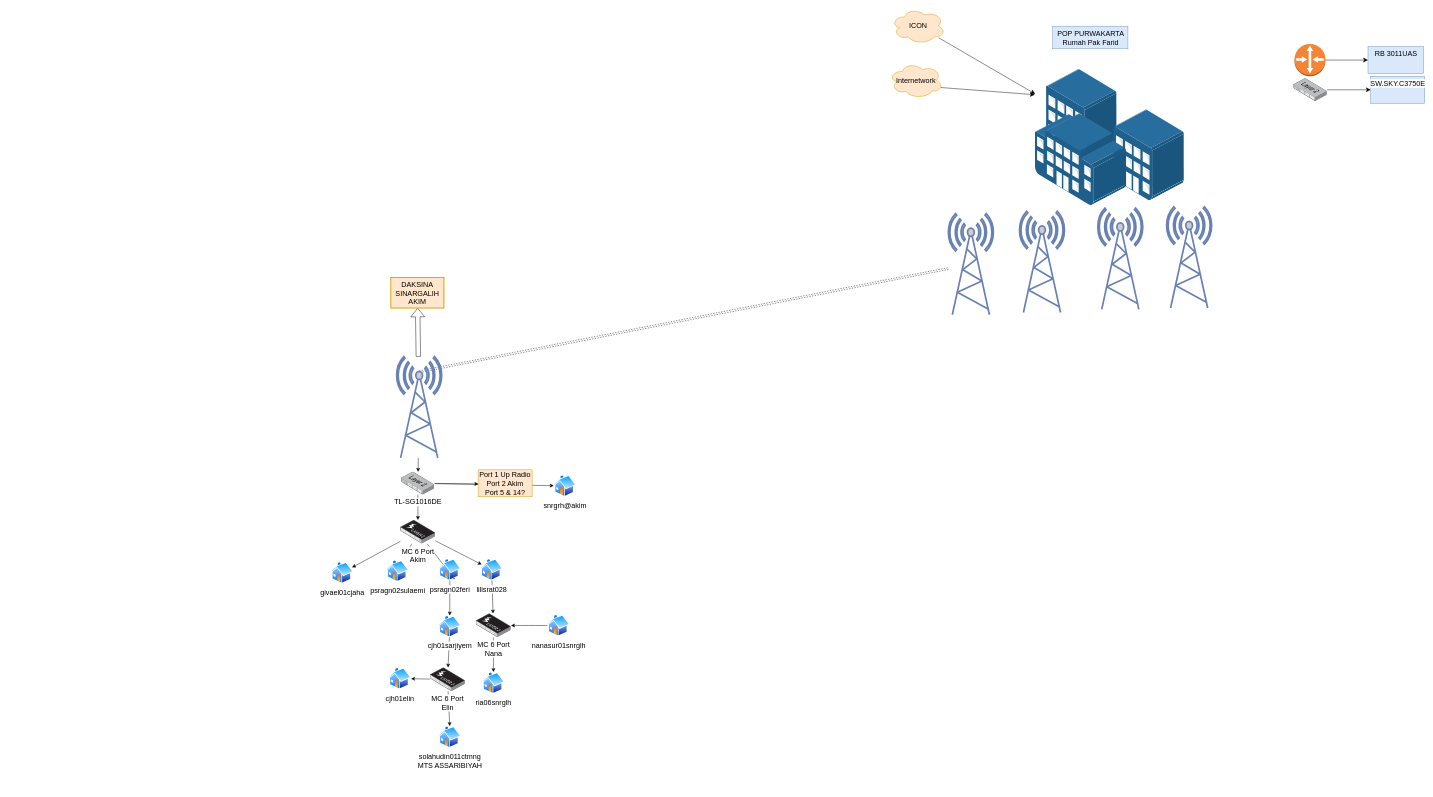
Earlier version of the draw.io diagram POP Purwakarta.drawio (akbar12109/akbar12109.github.io). Source tidied: cells renumbered, new cells numbered last; positions are measured from the earlier drawing's top-left corner, leaving out a move shared by most shapes. Both pictures are drawn from the tidied source at 45%, with x=0, y=0 at pixel (331, 8).
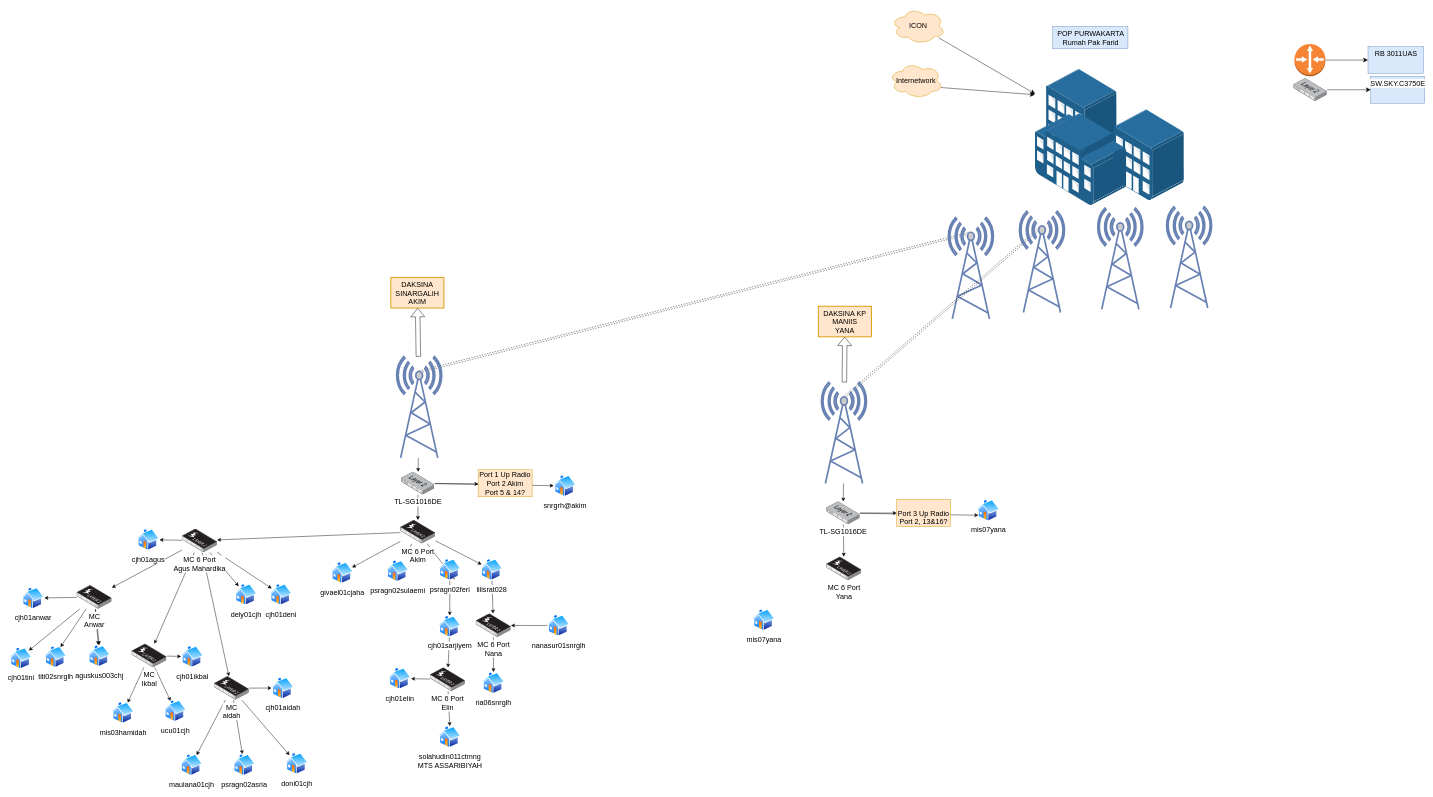
Above is the later version.

Unchanged cells that the change refers to:
```xml
<mxCell id="10" style="fontColor=#0066CC;verticalAlign=top;verticalLabelPosition=bottom;labelPosition=center;align=center;html=1;outlineConnect=0;fillColor=#CCCCCC;strokeColor=#6881B3;gradientColor=none;gradientDirection=north;strokeWidth=2;shape=mxgraph.networks.radio_tower;fontSize=16;" parent="1" vertex="1">
  <mxGeometry x="1530" y="452" width="100" height="225" as="geometry" />
</mxCell>
<mxCell id="21" style="fontColor=#0066CC;verticalAlign=top;verticalLabelPosition=bottom;labelPosition=center;align=center;html=1;outlineConnect=0;fillColor=#CCCCCC;strokeColor=#6881B3;gradientColor=none;gradientDirection=north;strokeWidth=2;shape=mxgraph.networks.radio_tower;fontSize=16;" parent="1" vertex="1">
  <mxGeometry x="146" y="775" width="100" height="225" as="geometry" />
</mxCell>
<mxCell id="33" value="&lt;div&gt;MC 6 Port&lt;/div&gt;&lt;div&gt;Akim&lt;br&gt;&lt;/div&gt;" style="points=[];html=1;align=center;shadow=0;dashed=0;image;image=img/lib/allied_telesis/switch/Switch_48_port_L2_POE.svg;fontSize=16;" parent="1" vertex="1">
  <mxGeometry x="154.2" y="1138" width="78" height="52.8" as="geometry" />
</mxCell>
```

The edit, as a diff of the source:
```diff
@@
-    <mxCell id="8" style="edgeStyle=none;jettySize=auto;html=1;entryX=0.5;entryY=0.15;entryDx=0;entryDy=0;entryPerimeter=0;fontSize=12;curved=1;dashed=1;shape=link;" parent="1" edge="1" source="9" target="21">
+    <mxCell id="8" style="edgeStyle=none;jettySize=auto;html=1;entryX=0.5;entryY=0.15;entryDx=0;entryDy=0;entryPerimeter=0;fontSize=12;curved=1;dashed=1;shape=link;exitX=0.5;exitY=0.15;exitDx=0;exitDy=0;exitPerimeter=0;" parent="1" edge="1" source="9" target="21">
       <mxGeometry relative="1" as="geometry" />
     </mxCell>
     <mxCell id="9" style="fontColor=#0066CC;verticalAlign=top;verticalLabelPosition=bottom;labelPosition=center;align=center;html=1;outlineConnect=0;fillColor=#CCCCCC;strokeColor=#6881B3;gradientColor=none;gradientDirection=north;strokeWidth=2;shape=mxgraph.networks.radio_tower;fontSize=16;" parent="1" vertex="1">
-      <mxGeometry x="1372" y="457" width="100" height="225" as="geometry" />
+      <mxGeometry x="1372" y="466" width="100" height="225" as="geometry" />
     </mxCell>
+    <mxCell id="52" style="edgeStyle=none;shape=link;curved=1;jettySize=auto;html=1;entryX=0.5;entryY=0.15;entryDx=0;entryDy=0;entryPerimeter=0;fontSize=12;dashed=1;exitX=0.5;exitY=0.15;exitDx=0;exitDy=0;exitPerimeter=0;" parent="1" edge="1" source="10" target="92">
+      <mxGeometry relative="1" as="geometry" />
+    </mxCell>
@@
+    <mxCell id="53" style="edgeStyle=none;curved=1;jettySize=auto;html=1;fontSize=12;" parent="1" edge="1" source="33" target="60">
+      <mxGeometry relative="1" as="geometry" />
+    </mxCell>
@@
+    <mxCell id="54" style="edgeStyle=none;curved=1;jettySize=auto;html=1;fontSize=12;" parent="1" edge="1" source="60" target="61">
+      <mxGeometry relative="1" as="geometry" />
+    </mxCell>
+    <mxCell id="55" style="edgeStyle=none;curved=1;jettySize=auto;html=1;fontSize=12;" parent="1" edge="1" source="60" target="71">
+      <mxGeometry relative="1" as="geometry" />
+    </mxCell>
+    <mxCell id="56" style="edgeStyle=none;curved=1;jettySize=auto;html=1;fontSize=12;" parent="1" edge="1" source="60" target="78">
+      <mxGeometry relative="1" as="geometry" />
+    </mxCell>
+    <mxCell id="57" style="edgeStyle=none;curved=1;jettySize=auto;html=1;fontSize=12;" parent="1" edge="1" source="60" target="64">
+      <mxGeometry relative="1" as="geometry" />
+    </mxCell>
+    <mxCell id="58" style="edgeStyle=none;curved=1;jettySize=auto;html=1;fontSize=12;" parent="1" edge="1" source="60" target="65">
+      <mxGeometry relative="1" as="geometry" />
+    </mxCell>
+    <mxCell id="59" style="edgeStyle=none;curved=1;jettySize=auto;html=1;fontSize=12;" parent="1" edge="1" source="60" target="86">
+      <mxGeometry relative="1" as="geometry" />
+    </mxCell>
+    <mxCell id="60" value="&lt;div&gt;MC 6 Port&lt;/div&gt;&lt;div&gt;Agus Mahardika&lt;br&gt;&lt;/div&gt;" style="points=[];html=1;align=center;shadow=0;dashed=0;image;image=img/lib/allied_telesis/switch/Switch_48_port_L2_POE.svg;fontSize=16;" parent="1" vertex="1">
+      <mxGeometry x="-331" y="1157.5" width="78" height="52.8" as="geometry" />
+    </mxCell>
+    <mxCell id="61" value="cjh01agus" style="perimeter=ellipsePerimeter;html=1;align=center;shadow=0;dashed=0;spacingTop=3;image;image=img/lib/active_directory/home.svg;fontSize=16;" parent="1" vertex="1">
+      <mxGeometry x="-431" y="1157.5" width="50" height="48.5" as="geometry" />
+    </mxCell>
+    <mxCell id="62" value="cjh01anwar" style="perimeter=ellipsePerimeter;html=1;align=center;shadow=0;dashed=0;spacingTop=3;image;image=img/lib/active_directory/home.svg;fontSize=16;" parent="1" vertex="1">
+      <mxGeometry x="-687" y="1287.3" width="50" height="48.5" as="geometry" />
+    </mxCell>
+    <mxCell id="63" value="cjh01aidah" style="perimeter=ellipsePerimeter;html=1;align=center;shadow=0;dashed=0;spacingTop=3;image;image=img/lib/active_directory/home.svg;fontSize=16;" parent="1" vertex="1">
+      <mxGeometry x="-132" y="1487.3" width="50" height="48.5" as="geometry" />
+    </mxCell>
+    <mxCell id="64" value="dely01cjh" style="perimeter=ellipsePerimeter;html=1;align=center;shadow=0;dashed=0;spacingTop=3;image;image=img/lib/active_directory/home.svg;fontSize=16;" parent="1" vertex="1">
+      <mxGeometry x="-214" y="1279.5" width="50" height="48.5" as="geometry" />
+    </mxCell>
+    <mxCell id="65" value="cjh01deni" style="perimeter=ellipsePerimeter;html=1;align=center;shadow=0;dashed=0;spacingTop=3;image;image=img/lib/active_directory/home.svg;fontSize=16;" parent="1" vertex="1">
+      <mxGeometry x="-136" y="1279.5" width="50" height="48.5" as="geometry" />
+    </mxCell>
+    <mxCell id="66" style="edgeStyle=none;curved=1;jettySize=auto;html=1;fontSize=12;" parent="1" edge="1" source="71" target="62">
+      <mxGeometry relative="1" as="geometry" />
+    </mxCell>
+    <mxCell id="67" style="edgeStyle=none;curved=1;jettySize=auto;html=1;entryX=1;entryY=0;entryDx=0;entryDy=0;fontSize=12;" parent="1" edge="1" source="71" target="72">
+      <mxGeometry relative="1" as="geometry" />
+    </mxCell>
+    <mxCell id="68" style="edgeStyle=none;curved=1;jettySize=auto;html=1;entryX=0.75;entryY=0;entryDx=0;entryDy=0;fontSize=12;" parent="1" edge="1" source="71" target="73">
+      <mxGeometry relative="1" as="geometry" />
+    </mxCell>
+    <mxCell id="69" style="edgeStyle=none;curved=1;jettySize=auto;html=1;entryX=0.5;entryY=0;entryDx=0;entryDy=0;fontSize=12;" parent="1" edge="1" source="71" target="74">
+      <mxGeometry relative="1" as="geometry" />
+    </mxCell>
+    <mxCell id="70" style="edgeStyle=none;curved=1;jettySize=auto;html=1;fontSize=12;" parent="1" edge="1" source="71" target="74">
+      <mxGeometry relative="1" as="geometry" />
+    </mxCell>
+    <mxCell id="71" value="&lt;div&gt;MC&lt;br&gt;&lt;/div&gt;&lt;div&gt;Anwar&lt;br&gt;&lt;/div&gt;" style="points=[];html=1;align=center;shadow=0;dashed=0;image;image=img/lib/allied_telesis/switch/Switch_48_port_L2_POE.svg;fontSize=16;" parent="1" vertex="1">
+      <mxGeometry x="-565" y="1283" width="78" height="52.8" as="geometry" />
+    </mxCell>
+    <mxCell id="72" value="&lt;div&gt;cjh01tini&lt;/div&gt;&lt;div&gt;&lt;br&gt;&lt;/div&gt;" style="perimeter=ellipsePerimeter;html=1;align=center;shadow=0;dashed=0;spacingTop=3;image;image=img/lib/active_directory/home.svg;fontSize=16;" parent="1" vertex="1">
+      <mxGeometry x="-714" y="1421" width="50" height="48.5" as="geometry" />
+    </mxCell>
+    <mxCell id="73" value="titi02snrglh" style="perimeter=ellipsePerimeter;html=1;align=center;shadow=0;dashed=0;spacingTop=3;image;image=img/lib/active_directory/home.svg;fontSize=16;" parent="1" vertex="1">
+      <mxGeometry x="-637" y="1418" width="50" height="48.5" as="geometry" />
+    </mxCell>
+    <mxCell id="74" value="aguskus003chj" style="perimeter=ellipsePerimeter;html=1;align=center;shadow=0;dashed=0;spacingTop=3;image;image=img/lib/active_directory/home.svg;fontSize=16;" parent="1" vertex="1">
+      <mxGeometry x="-540" y="1416" width="50" height="48.5" as="geometry" />
+    </mxCell>
+    <mxCell id="75" style="edgeStyle=none;curved=1;jettySize=auto;html=1;fontSize=12;" parent="1" edge="1" source="78" target="79">
+      <mxGeometry relative="1" as="geometry" />
+    </mxCell>
+    <mxCell id="76" style="edgeStyle=none;curved=1;jettySize=auto;html=1;fontSize=12;" parent="1" edge="1" source="78" target="80">
+      <mxGeometry relative="1" as="geometry" />
+    </mxCell>
+    <mxCell id="77" style="edgeStyle=none;curved=1;jettySize=auto;html=1;fontSize=12;" parent="1" edge="1" source="78" target="81">
+      <mxGeometry relative="1" as="geometry" />
+    </mxCell>
+    <mxCell id="78" value="&lt;div&gt;MC &lt;br&gt;&lt;/div&gt;&lt;div&gt;Ikbal&lt;br&gt;&lt;/div&gt;" style="points=[];html=1;align=center;shadow=0;dashed=0;image;image=img/lib/allied_telesis/switch/Switch_48_port_L2_POE.svg;fontSize=16;" parent="1" vertex="1">
+      <mxGeometry x="-443" y="1413.2" width="78" height="52.8" as="geometry" />
+    </mxCell>
+    <mxCell id="79" value="cjh01ikbal" style="perimeter=ellipsePerimeter;html=1;align=center;shadow=0;dashed=0;spacingTop=3;image;image=img/lib/active_directory/home.svg;fontSize=16;" parent="1" vertex="1">
+      <mxGeometry x="-333" y="1417.5" width="50" height="48.5" as="geometry" />
+    </mxCell>
+    <mxCell id="80" value="mis03hamidah" style="perimeter=ellipsePerimeter;html=1;align=center;shadow=0;dashed=0;spacingTop=3;image;image=img/lib/active_directory/home.svg;fontSize=16;" parent="1" vertex="1">
+      <mxGeometry x="-487" y="1542" width="50" height="48.5" as="geometry" />
+    </mxCell>
+    <mxCell id="81" value="ucu01cjh" style="perimeter=ellipsePerimeter;html=1;align=center;shadow=0;dashed=0;spacingTop=3;image;image=img/lib/active_directory/home.svg;fontSize=16;" parent="1" vertex="1">
+      <mxGeometry x="-371" y="1538" width="50" height="48.5" as="geometry" />
+    </mxCell>
+    <mxCell id="82" style="edgeStyle=none;curved=1;jettySize=auto;html=1;fontSize=12;" parent="1" edge="1" source="86" target="63">
+      <mxGeometry relative="1" as="geometry" />
+    </mxCell>
+    <mxCell id="83" style="edgeStyle=none;curved=1;jettySize=auto;html=1;fontSize=12;" parent="1" edge="1" source="86" target="87">
+      <mxGeometry relative="1" as="geometry" />
+    </mxCell>
+    <mxCell id="84" style="edgeStyle=none;curved=1;jettySize=auto;html=1;fontSize=12;" parent="1" edge="1" source="86" target="88">
+      <mxGeometry relative="1" as="geometry" />
+    </mxCell>
+    <mxCell id="85" style="edgeStyle=none;curved=1;jettySize=auto;html=1;fontSize=12;" parent="1" edge="1" source="86" target="89">
+      <mxGeometry relative="1" as="geometry" />
+    </mxCell>
+    <mxCell id="86" value="&lt;div&gt;MC &lt;br&gt;&lt;/div&gt;&lt;div&gt;aidah&lt;br&gt;&lt;/div&gt;" style="points=[];html=1;align=center;shadow=0;dashed=0;image;image=img/lib/allied_telesis/switch/Switch_48_port_L2_POE.svg;fontSize=16;" parent="1" vertex="1">
+      <mxGeometry x="-260" y="1485.2" width="78" height="52.8" as="geometry" />
+    </mxCell>
+    <mxCell id="87" value="maulana01cjh" style="perimeter=ellipsePerimeter;html=1;align=center;shadow=0;dashed=0;spacingTop=3;image;image=img/lib/active_directory/home.svg;fontSize=16;" parent="1" vertex="1">
+      <mxGeometry x="-335" y="1658" width="50" height="48.5" as="geometry" />
+    </mxCell>
+    <mxCell id="88" value="psragn02asria" style="perimeter=ellipsePerimeter;html=1;align=center;shadow=0;dashed=0;spacingTop=3;image;image=img/lib/active_directory/home.svg;fontSize=16;" parent="1" vertex="1">
+      <mxGeometry x="-218" y="1658" width="50" height="48.5" as="geometry" />
+    </mxCell>
+    <mxCell id="89" value="doni01cjh" style="perimeter=ellipsePerimeter;html=1;align=center;shadow=0;dashed=0;spacingTop=3;image;image=img/lib/active_directory/home.svg;fontSize=16;" parent="1" vertex="1">
+      <mxGeometry x="-101" y="1655" width="50" height="48.5" as="geometry" />
+    </mxCell>
+    <mxCell id="90" style="edgeStyle=none;curved=1;jettySize=auto;html=1;fontSize=12;shape=flexArrow;" parent="1" edge="1" source="92" target="93">
+      <mxGeometry relative="1" as="geometry" />
+    </mxCell>
+    <mxCell id="91" style="edgeStyle=none;curved=1;jettySize=auto;html=1;fontSize=12;" parent="1" edge="1" source="92" target="97">
+      <mxGeometry relative="1" as="geometry" />
+    </mxCell>
+    <mxCell id="92" style="fontColor=#0066CC;verticalAlign=top;verticalLabelPosition=bottom;labelPosition=center;align=center;html=1;outlineConnect=0;fillColor=#CCCCCC;strokeColor=#6881B3;gradientColor=none;gradientDirection=north;strokeWidth=2;shape=mxgraph.networks.radio_tower;fontSize=16;" parent="1" vertex="1">
+      <mxGeometry x="1090" y="832" width="100" height="225" as="geometry" />
+    </mxCell>
+    <mxCell id="93" value="DAKSINA KP MANIIS&lt;br&gt;YANA" style="whiteSpace=wrap;html=1;fontSize=16;verticalAlign=top;fillColor=#ffe6cc;strokeColor=#d79b00;gradientDirection=north;strokeWidth=2;" parent="1" vertex="1">
+      <mxGeometry x="1083" y="663" width="118" height="68" as="geometry" />
+    </mxCell>
+    <mxCell id="94" style="edgeStyle=none;curved=1;jettySize=auto;html=1;entryX=0;entryY=0.5;entryDx=0;entryDy=0;fontSize=12;" parent="1" edge="1" source="97" target="98">
+      <mxGeometry relative="1" as="geometry" />
+    </mxCell>
+    <mxCell id="95" style="edgeStyle=none;curved=1;jettySize=auto;html=1;entryX=0;entryY=0.75;entryDx=0;entryDy=0;fontSize=12;" parent="1" edge="1" source="97" target="99">
+      <mxGeometry relative="1" as="geometry" />
+    </mxCell>
+    <mxCell id="96" style="edgeStyle=none;curved=1;jettySize=auto;html=1;fontSize=12;" parent="1" edge="1" source="97" target="100">
+      <mxGeometry relative="1" as="geometry" />
+    </mxCell>
+    <mxCell id="97" value=" TL-SG1016DE" style="points=[];html=1;align=center;shadow=0;dashed=0;image;image=img/lib/allied_telesis/switch/Switch_24_port_L2.svg;fontSize=16;" parent="1" vertex="1">
+      <mxGeometry x="1101" y="1097" width="74.4" height="51" as="geometry" />
+    </mxCell>
+    <mxCell id="98" value="&lt;div&gt;&lt;br&gt;&lt;/div&gt;&lt;div&gt;Port 3 Up Radio&lt;/div&gt;Port 2, 13&amp;amp;16?" style="rounded=0;whiteSpace=wrap;html=1;fontSize=16;fillColor=#ffe6cc;strokeColor=#d79b00;" parent="1" vertex="1">
+      <mxGeometry x="1257" y="1092.5" width="120" height="60" as="geometry" />
+    </mxCell>
+    <mxCell id="99" value="mis07yana" style="perimeter=ellipsePerimeter;html=1;align=center;shadow=0;dashed=0;spacingTop=3;image;image=img/lib/active_directory/home.svg;fontSize=16;" parent="1" vertex="1">
+      <mxGeometry x="1436" y="1092.5" width="50" height="48.5" as="geometry" />
+    </mxCell>
+    <mxCell id="100" value="&lt;div&gt;MC 6 Port&lt;/div&gt;&lt;div&gt;Yana&lt;br&gt;&lt;/div&gt;" style="points=[];html=1;align=center;shadow=0;dashed=0;image;image=img/lib/allied_telesis/switch/Switch_48_port_L2_POE.svg;fontSize=16;" parent="1" vertex="1">
+      <mxGeometry x="1101" y="1219.7" width="78" height="52.8" as="geometry" />
+    </mxCell>
+    <mxCell id="101" value="mis07yana" style="perimeter=ellipsePerimeter;html=1;align=center;shadow=0;dashed=0;spacingTop=3;image;image=img/lib/active_directory/home.svg;fontSize=16;" parent="1" vertex="1">
+      <mxGeometry x="937" y="1335.8" width="50" height="48.5" as="geometry" />
+    </mxCell>
```
